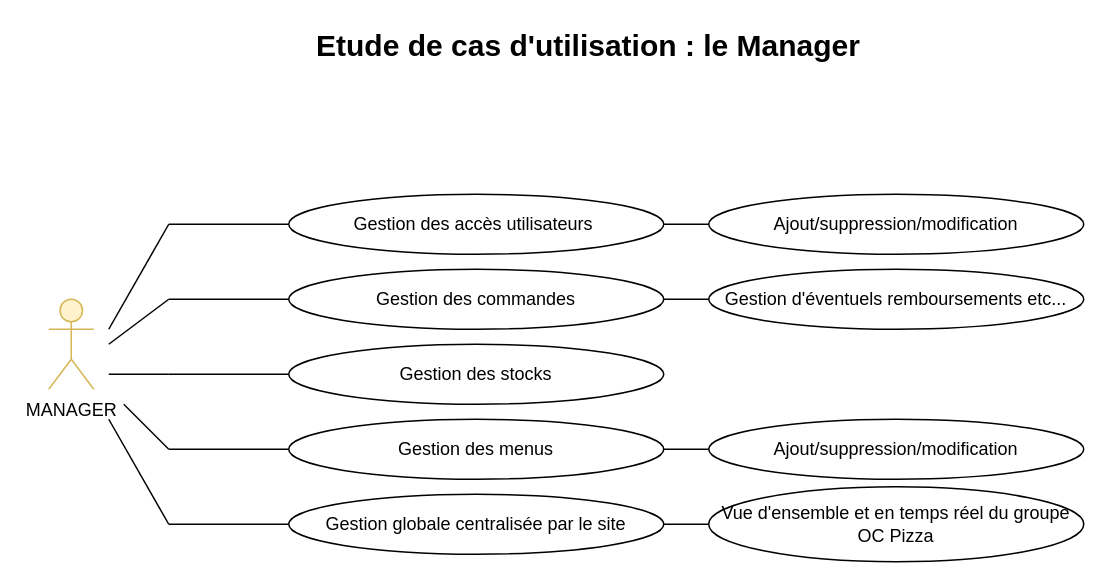
Earlier version of the draw.io diagram Manager.drawio (OMorlotti/P4-analyser-les-besoin-de-mon-client-pour-son-groupe-de-pizzerias). Source tidied: cells renumbered, new cells numbered last; positions are measured from the earlier drawing's top-left corner, leaving out a move shared by most shapes. Both pictures are drawn from the tidied source at 150%, with x=0, y=0 at pixel (48, 28).
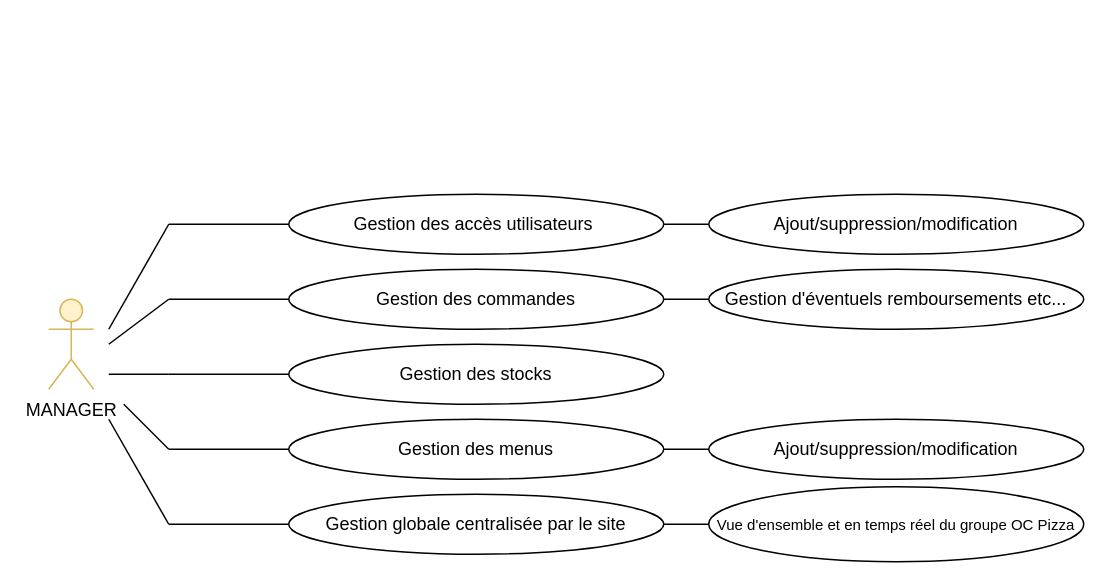
Above is the later version.

Change to the diagram source:
```diff
@@
-    <mxCell id="24" value="Vue d'ensemble et en temps réel du groupe OC Pizza" style="ellipse;whiteSpace=wrap;html=1;" parent="1" vertex="1">
+    <mxCell id="24" value="&lt;font style=&quot;font-size: 10px&quot;&gt;Vue d'ensemble et en temps réel du groupe OC Pizza&lt;/font&gt;" style="ellipse;whiteSpace=wrap;html=1;" parent="1" vertex="1">
       <mxGeometry x="440" y="305" width="250" height="50" as="geometry" />
     </mxCell>
@@
-    <mxCell id="26" value="&lt;b style=&quot;font-size: 20px&quot;&gt;Etude de cas d'utilisation : le Manager&lt;/b&gt;" style="text;html=1;strokeColor=none;fillColor=none;align=center;verticalAlign=middle;whiteSpace=wrap;rounded=0;" parent="1" vertex="1">
-      <mxGeometry x="120" width="480" height="20" as="geometry" />
-    </mxCell>
```
